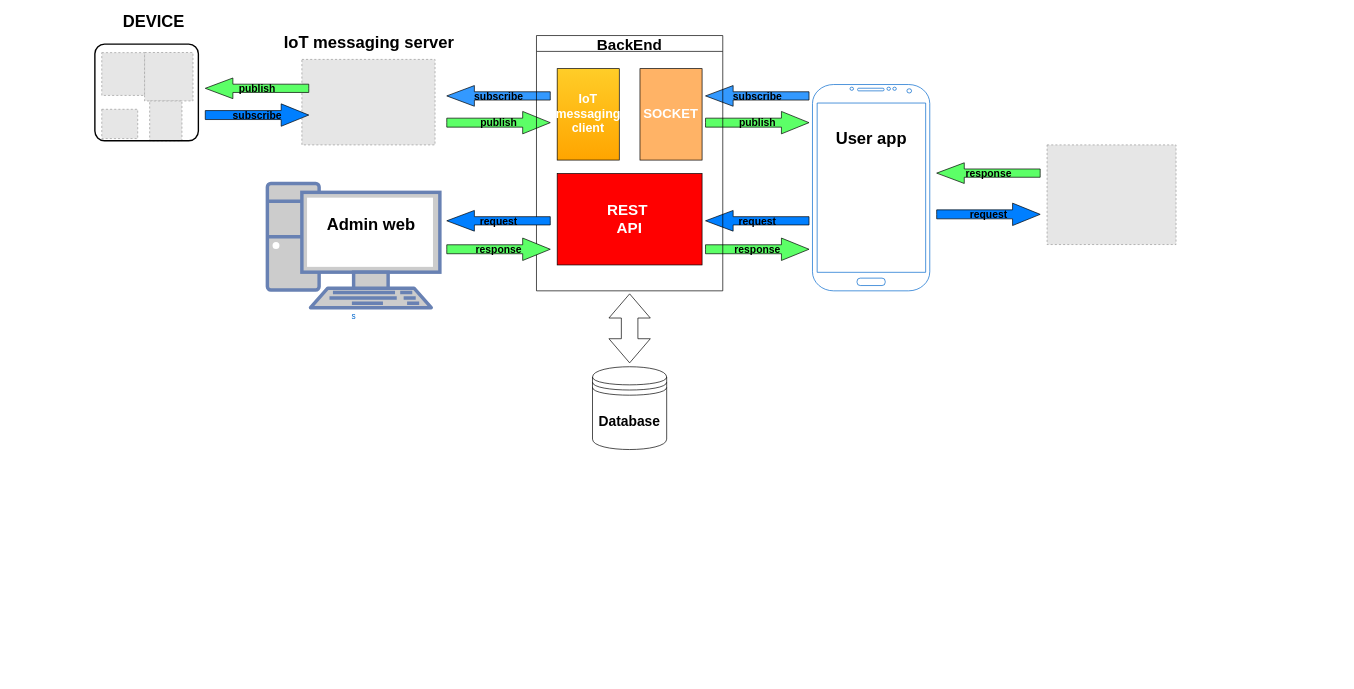
hongdatchy/do_an_tot_nghiep keeps this draw.io diagram as Sơ đồ hệ thống.drawio. Above is the earlier version. Source tidied: cells renumbered, new cells numbered last; positions are measured from the earlier drawing's top-left corner, leaving out a move shared by most shapes. Both pictures are drawn from the tidied source at 69%, with x=0, y=0 at pixel (95, 14). Pictures stored in the file or linked from it are replaced by grey dashed boxes.
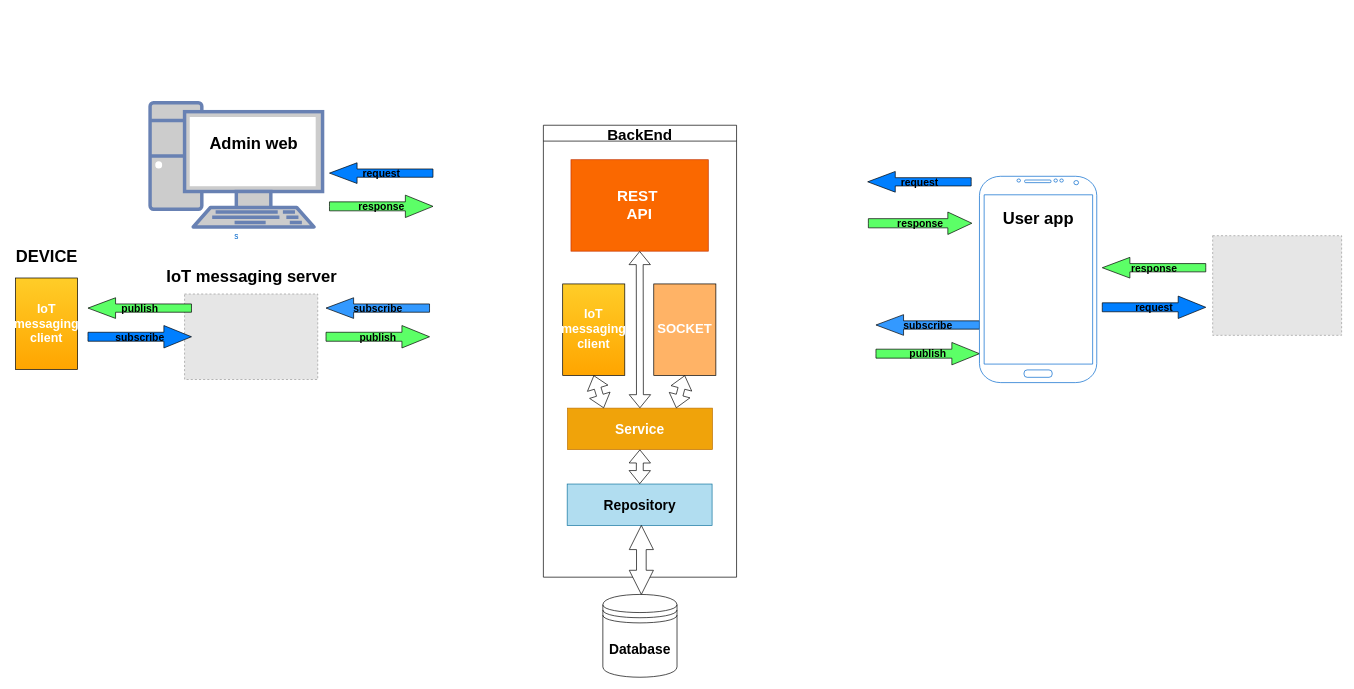
The same diagram, later.

The edit, as a diff of the source:
```diff
@@
     <mxCell id="2" style="fillColor=#E6E6E6;strokeColor=#999999;dashed=1;" parent="1" vertex="1">
-      <mxGeometry x="1380" y="188.5" width="186.9" height="144.4" as="geometry" />
+      <mxGeometry x="1620" y="320.1" width="186.9" height="144.4" as="geometry" />
     </mxCell>
     <mxCell id="3" value="&lt;span style=&quot;font-size: 15px;&quot;&gt;request&lt;/span&gt;" style="html=1;shadow=0;dashed=0;align=center;verticalAlign=middle;shape=mxgraph.arrows2.arrow;dy=0.6;dx=40;notch=0;fillColor=#007FFF;fontSize=15;fontStyle=1;" parent="1" vertex="1">
-      <mxGeometry x="1220" y="272.9" width="150" height="32.5" as="geometry" />
+      <mxGeometry x="1460" y="407.6" width="150" height="32.5" as="geometry" />
     </mxCell>
     <mxCell id="4" value="&lt;font style=&quot;font-size: 15px;&quot;&gt;response&lt;/font&gt;" style="html=1;shadow=0;dashed=0;align=center;verticalAlign=middle;shape=mxgraph.arrows2.arrow;dy=0.6;dx=40;flipH=1;notch=0;fillColor=#5CFF67;fontSize=15;fontStyle=1;" parent="1" vertex="1">
-      <mxGeometry x="1220" y="214.4" width="150" height="30" as="geometry" />
+      <mxGeometry x="1460" y="351.5" width="150" height="30" as="geometry" />
     </mxCell>
     <mxCell id="5" value="&lt;span style=&quot;font-size: 15px;&quot;&gt;publish&lt;/span&gt;" style="html=1;shadow=0;dashed=0;align=center;verticalAlign=middle;shape=mxgraph.arrows2.arrow;dy=0.6;dx=40;notch=0;fillColor=#5CFF67;rotation=0;fontSize=15;fontStyle=1;" parent="1" vertex="1">
-      <mxGeometry x="885" y="140" width="150" height="32.5" as="geometry" />
+      <mxGeometry x="1132" y="474.8" width="150" height="32.5" as="geometry" />
     </mxCell>
     <mxCell id="6" value="&lt;font style=&quot;font-size: 15px;&quot;&gt;subscribe&lt;/font&gt;" style="html=1;shadow=0;dashed=0;align=center;verticalAlign=middle;shape=mxgraph.arrows2.arrow;dy=0.6;dx=40;flipH=1;notch=0;fillColor=#3399FF;rotation=0;fontSize=15;fontStyle=1;" parent="1" vertex="1">
-      <mxGeometry x="885" y="102.5" width="150" height="30" as="geometry" />
+      <mxGeometry x="1132" y="434.5" width="150" height="30" as="geometry" />
     </mxCell>
-    <mxCell id="7" value="&lt;span style=&quot;font-size: 15px;&quot;&gt;response&lt;/span&gt;" style="html=1;shadow=0;dashed=0;align=center;verticalAlign=middle;shape=mxgraph.arrows2.arrow;dy=0.6;dx=40;notch=0;fillColor=#5CFF67;rotation=0;fontSize=15;fontStyle=1;" parent="1" vertex="1">
-      <mxGeometry x="885" y="323.5" width="150" height="32.5" as="geometry" />
+    <mxCell id="7" value="&lt;span style=&quot;font-size: 15px;&quot;&gt;response&lt;/span&gt;" style="html=1;shadow=0;dashed=0;align=center;verticalAlign=middle;shape=mxgraph.arrows2.arrow;dy=0.59;dx=34.82;notch=0;fillColor=#5CFF67;rotation=0;fontSize=15;fontStyle=1;" parent="1" vertex="1">
+      <mxGeometry x="1121" y="285.8" width="150" height="32.5" as="geometry" />
     </mxCell>
     <mxCell id="8" style="fillColor=#E6E6E6;strokeColor=#999999;dashed=1;" parent="1" vertex="1">
-      <mxGeometry x="300" y="64.6" width="193" height="123.9" as="geometry" />
+      <mxGeometry x="130" y="404.6" width="193" height="123.9" as="geometry" />
     </mxCell>
     <mxCell id="9" value="&lt;span style=&quot;font-size: 15px;&quot;&gt;publish&lt;/span&gt;" style="html=1;shadow=0;dashed=0;align=center;verticalAlign=middle;shape=mxgraph.arrows2.arrow;dy=0.6;dx=40;notch=0;fillColor=#5CFF67;rotation=0;fontSize=15;fontStyle=1;" parent="1" vertex="1">
-      <mxGeometry x="510" y="140" width="150" height="32.5" as="geometry" />
+      <mxGeometry x="335" y="450.3" width="150" height="32.5" as="geometry" />
     </mxCell>
     <mxCell id="10" value="&lt;font style=&quot;font-size: 15px;&quot;&gt;subscribe&lt;/font&gt;" style="html=1;shadow=0;dashed=0;align=center;verticalAlign=middle;shape=mxgraph.arrows2.arrow;dy=0.6;dx=40;flipH=1;notch=0;fillColor=#3399FF;rotation=0;fontSize=15;fontStyle=1;" parent="1" vertex="1">
-      <mxGeometry x="510" y="102.5" width="150" height="30" as="geometry" />
+      <mxGeometry x="335" y="410" width="150" height="30" as="geometry" />
     </mxCell>
-    <mxCell id="11" style="fillColor=#E6E6E6;strokeColor=#999999;dashed=1;" parent="1" vertex="1">
-      <mxGeometry x="72" y="54.6" width="70.2" height="70.2" as="geometry" />
-    </mxCell>
-    <mxCell id="12" style="fillColor=#E6E6E6;strokeColor=#999999;dashed=1;" parent="1" vertex="1">
-      <mxGeometry x="10" y="54.8" width="62" height="62" as="geometry" />
-    </mxCell>
-    <mxCell id="13" style="fillColor=#E6E6E6;strokeColor=#999999;dashed=1;" parent="1" vertex="1">
-      <mxGeometry x="10" y="136.9" width="52.1" height="42.4" as="geometry" />
-    </mxCell>
-    <mxCell id="14" style="fillColor=#E6E6E6;strokeColor=#999999;dashed=1;" parent="1" vertex="1">
-      <mxGeometry x="79.4" y="124.8" width="46.8" height="57.7" as="geometry" />
-    </mxCell>
-    <mxCell id="15" style="rounded=1;arcSize=10;strokeColor=#000000;fillColor=none;gradientColor=none;strokeWidth=2;" parent="1" vertex="1">
-      <mxGeometry y="42.5" width="150" height="140" as="geometry" />
-    </mxCell>
     <mxCell id="16" value="&lt;span style=&quot;font-size: 15px;&quot;&gt;subscribe&lt;/span&gt;" style="html=1;shadow=0;dashed=0;align=center;verticalAlign=middle;shape=mxgraph.arrows2.arrow;dy=0.6;dx=40;notch=0;fillColor=#007FFF;rotation=0;fontSize=15;fontStyle=1;" parent="1" vertex="1">
-      <mxGeometry x="160" y="129" width="150" height="32.5" as="geometry" />
+      <mxGeometry x="-10" y="450.3" width="150" height="32.5" as="geometry" />
     </mxCell>
     <mxCell id="17" value="&lt;font style=&quot;font-size: 15px;&quot;&gt;publish&lt;/font&gt;" style="html=1;shadow=0;dashed=0;align=center;verticalAlign=middle;shape=mxgraph.arrows2.arrow;dy=0.6;dx=40;flipH=1;notch=0;fillColor=#5CFF67;rotation=0;fontSize=15;fontStyle=1;" parent="1" vertex="1">
-      <mxGeometry x="160" y="91.5" width="150" height="30" as="geometry" />
+      <mxGeometry x="-10" y="410" width="150" height="30" as="geometry" />
     </mxCell>
     <mxCell id="18" value="&lt;font style=&quot;font-size: 15px;&quot;&gt;request&lt;/font&gt;" style="html=1;shadow=0;dashed=0;align=center;verticalAlign=middle;shape=mxgraph.arrows2.arrow;dy=0.6;dx=40;flipH=1;notch=0;fillColor=#007FFF;rotation=0;fontSize=15;fontStyle=1;" parent="1" vertex="1">
-      <mxGeometry x="885" y="283.5" width="150" height="30" as="geometry" />
+      <mxGeometry x="1120" y="227" width="150" height="30" as="geometry" />
     </mxCell>
     <mxCell id="19" style="verticalLabelPosition=bottom;verticalAlign=top;html=1;shadow=0;dashed=0;strokeWidth=1;shape=mxgraph.android.phone2;strokeColor=#0066CC;" parent="1" vertex="1">
-      <mxGeometry x="1040" y="101" width="170" height="299" as="geometry" />
+      <mxGeometry x="1282" y="234" width="170" height="299" as="geometry" />
     </mxCell>
     <mxCell id="20" value="&lt;span style=&quot;font-size: 24px&quot;&gt;&lt;b&gt;User app&lt;/b&gt;&lt;/span&gt;" style="text;html=1;align=center;verticalAlign=middle;" parent="1" vertex="1">
-      <mxGeometry x="1065" y="168.5" width="120" height="20" as="geometry" />
+      <mxGeometry x="1307" y="285.8" width="120" height="20" as="geometry" />
     </mxCell>
     <mxCell id="21" value="BackEnd" style="swimlane;fontSize=22;" parent="1" vertex="1">
-      <mxGeometry x="640" y="30" width="270" height="370" as="geometry" />
+      <mxGeometry x="650" y="160" width="280" height="655" as="geometry" />
     </mxCell>
     <mxCell id="22" value="&lt;font color=&quot;#ffffff&quot; size=&quot;1&quot;&gt;&lt;b style=&quot;font-size: 19px&quot;&gt;SOCKET&lt;/b&gt;&lt;/font&gt;" style="rounded=0;whiteSpace=wrap;html=1;fillColor=#FFB366;fontSize=15;" parent="21" vertex="1">
-      <mxGeometry x="150" y="48" width="90" height="132.5" as="geometry" />
+      <mxGeometry x="160" y="230" width="90" height="132.5" as="geometry" />
     </mxCell>
     <mxCell id="23" value="&lt;font color=&quot;#ffffff&quot; size=&quot;1&quot;&gt;&lt;b style=&quot;font-size: 18px&quot;&gt;IoT messaging client&lt;/b&gt;&lt;/font&gt;" style="rounded=0;whiteSpace=wrap;html=1;fillColor=#ffcd28;gradientColor=#ffa500;fontSize=17;strokeWidth=1;" parent="21" vertex="1">
-      <mxGeometry x="30" y="48" width="90" height="132.5" as="geometry" />
+      <mxGeometry x="28" y="230" width="90" height="132.5" as="geometry" />
     </mxCell>
-    <mxCell id="24" value="&lt;b style=&quot;color: rgb(255, 255, 255); font-size: 22px;&quot;&gt;REST&amp;nbsp;&lt;br style=&quot;font-size: 22px;&quot;&gt;API&lt;/b&gt;" style="rounded=0;whiteSpace=wrap;html=1;fillColor=#FF0000;fontSize=22;" parent="21" vertex="1">
-      <mxGeometry x="30" y="200" width="210" height="132.5" as="geometry" />
+    <mxCell id="24" value="&lt;b style=&quot;color: rgb(255, 255, 255); font-size: 22px;&quot;&gt;REST&amp;nbsp;&lt;br style=&quot;font-size: 22px;&quot;&gt;API&lt;/b&gt;" style="rounded=0;whiteSpace=wrap;html=1;fillColor=#fa6800;fontSize=22;strokeColor=#C73500;fontColor=#ffffff;" parent="21" vertex="1">
+      <mxGeometry x="40" y="50" width="199" height="132.5" as="geometry" />
     </mxCell>
+    <mxCell id="33" value="Service" style="rounded=0;whiteSpace=wrap;html=1;fontSize=20;fillColor=#f0a30a;strokeColor=#BD7000;fontColor=#ffffff;fontStyle=1;" parent="21" vertex="1">
+      <mxGeometry x="35" y="410" width="210" height="60" as="geometry" />
+    </mxCell>
+    <mxCell id="34" value="Repository" style="rounded=0;whiteSpace=wrap;html=1;fontSize=20;fillColor=#b1ddf0;strokeColor=#10739e;fontStyle=1;" parent="21" vertex="1">
+      <mxGeometry x="34.5" y="520" width="210" height="60" as="geometry" />
+    </mxCell>
+    <mxCell id="32" style="html=1;shadow=0;dashed=0;align=center;verticalAlign=middle;shape=mxgraph.arrows2.twoWayArrow;dy=0.6;dx=35;rotation=-90;" parent="21" vertex="1">
+      <mxGeometry x="92" y="612.5" width="100" height="35" as="geometry" />
+    </mxCell>
+    <mxCell id="35" style="shape=flexArrow;endArrow=classic;startArrow=classic;html=1;fontSize=20;exitX=0.75;exitY=0;exitDx=0;exitDy=0;entryX=0.5;entryY=1;entryDx=0;entryDy=0;" parent="21" edge="1" source="33" target="22">
+      <mxGeometry relative="1" as="geometry" />
+    </mxCell>
+    <mxCell id="36" style="shape=flexArrow;endArrow=classic;startArrow=classic;html=1;fontSize=20;exitX=0.25;exitY=0;exitDx=0;exitDy=0;entryX=0.5;entryY=1;entryDx=0;entryDy=0;" parent="21" edge="1" source="33" target="23">
+      <mxGeometry relative="1" as="geometry" />
+    </mxCell>
+    <mxCell id="37" style="shape=flexArrow;endArrow=classic;startArrow=classic;html=1;fontSize=20;" parent="21" edge="1" source="33" target="24">
+      <mxGeometry relative="1" as="geometry" />
+    </mxCell>
+    <mxCell id="38" style="shape=flexArrow;endArrow=classic;startArrow=classic;html=1;fontSize=20;" parent="21" edge="1" source="34" target="33">
+      <mxGeometry relative="1" as="geometry" />
+    </mxCell>
     <mxCell id="25" value="s" style="fontColor=#0066CC;verticalAlign=top;verticalLabelPosition=bottom;labelPosition=center;align=center;html=1;fillColor=#CCCCCC;strokeColor=#6881B3;gradientColor=none;gradientDirection=north;strokeWidth=2;shape=mxgraph.networks.pc;" parent="1" vertex="1">
-      <mxGeometry x="250" y="244.4" width="250" height="180" as="geometry" />
+      <mxGeometry x="80" y="127.5" width="250" height="180" as="geometry" />
     </mxCell>
     <mxCell id="26" value="&lt;span style=&quot;font-size: 24px&quot;&gt;&lt;b&gt;Admin web&lt;/b&gt;&lt;/span&gt;" style="text;html=1;align=center;verticalAlign=middle;" parent="1" vertex="1">
-      <mxGeometry x="330" y="293.8" width="140" height="20" as="geometry" />
+      <mxGeometry x="160" y="176.9" width="140" height="20" as="geometry" />
     </mxCell>
     <mxCell id="27" value="&lt;span style=&quot;font-size: 15px;&quot;&gt;response&lt;/span&gt;" style="html=1;shadow=0;dashed=0;align=center;verticalAlign=middle;shape=mxgraph.arrows2.arrow;dy=0.6;dx=40;notch=0;fillColor=#5CFF67;rotation=0;fontSize=15;fontStyle=1;" parent="1" vertex="1">
-      <mxGeometry x="510" y="323.5" width="150" height="32.5" as="geometry" />
+      <mxGeometry x="340" y="261.3" width="150" height="32.5" as="geometry" />
     </mxCell>
     <mxCell id="28" value="&lt;font style=&quot;font-size: 15px;&quot;&gt;request&lt;/font&gt;" style="html=1;shadow=0;dashed=0;align=center;verticalAlign=middle;shape=mxgraph.arrows2.arrow;dy=0.6;dx=40;flipH=1;notch=0;fillColor=#007FFF;rotation=0;fontSize=15;fontStyle=1;" parent="1" vertex="1">
-      <mxGeometry x="510" y="283.5" width="150" height="30" as="geometry" />
+      <mxGeometry x="340" y="214.4" width="150" height="30" as="geometry" />
     </mxCell>
     <mxCell id="29" value="&lt;span style=&quot;font-size: 24px&quot;&gt;&lt;b&gt;IoT messaging server&lt;/b&gt;&lt;/span&gt;" style="text;html=1;align=center;verticalAlign=middle;" parent="1" vertex="1">
-      <mxGeometry x="266.5" y="30" width="260" height="20" as="geometry" />
+      <mxGeometry x="96.5" y="370" width="260" height="20" as="geometry" />
     </mxCell>
     <mxCell id="30" value="&lt;span style=&quot;font-size: 24px&quot;&gt;&lt;b&gt;DEVICE&lt;/b&gt;&lt;/span&gt;" style="text;html=1;align=center;verticalAlign=middle;" parent="1" vertex="1">
-      <mxGeometry x="35" width="100" height="20" as="geometry" />
+      <mxGeometry x="-120" y="341.1" width="100" height="20" as="geometry" />
     </mxCell>
     <mxCell id="31" value="Database" style="shape=datastore;whiteSpace=wrap;html=1;fontSize=20;fontStyle=1;" parent="1" vertex="1">
-      <mxGeometry x="721.2" y="510" width="107.5" height="120" as="geometry" />
+      <mxGeometry x="736.2" y="840" width="107.5" height="120" as="geometry" />
     </mxCell>
-    <mxCell id="32" style="html=1;shadow=0;dashed=0;align=center;verticalAlign=middle;shape=mxgraph.arrows2.twoWayArrow;dy=0.6;dx=35;rotation=-90;" parent="1" vertex="1">
-      <mxGeometry x="725" y="424.4" width="100" height="60" as="geometry" />
-    </mxCell>
+    <mxCell id="39" value="&lt;font color=&quot;#ffffff&quot; size=&quot;1&quot;&gt;&lt;b style=&quot;font-size: 18px&quot;&gt;IoT messaging client&lt;/b&gt;&lt;/font&gt;" style="rounded=0;whiteSpace=wrap;html=1;fillColor=#ffcd28;gradientColor=#ffa500;fontSize=17;strokeWidth=1;" parent="1" vertex="1">
+      <mxGeometry x="-115" y="381.4" width="90" height="132.5" as="geometry" />
+    </mxCell>
```
